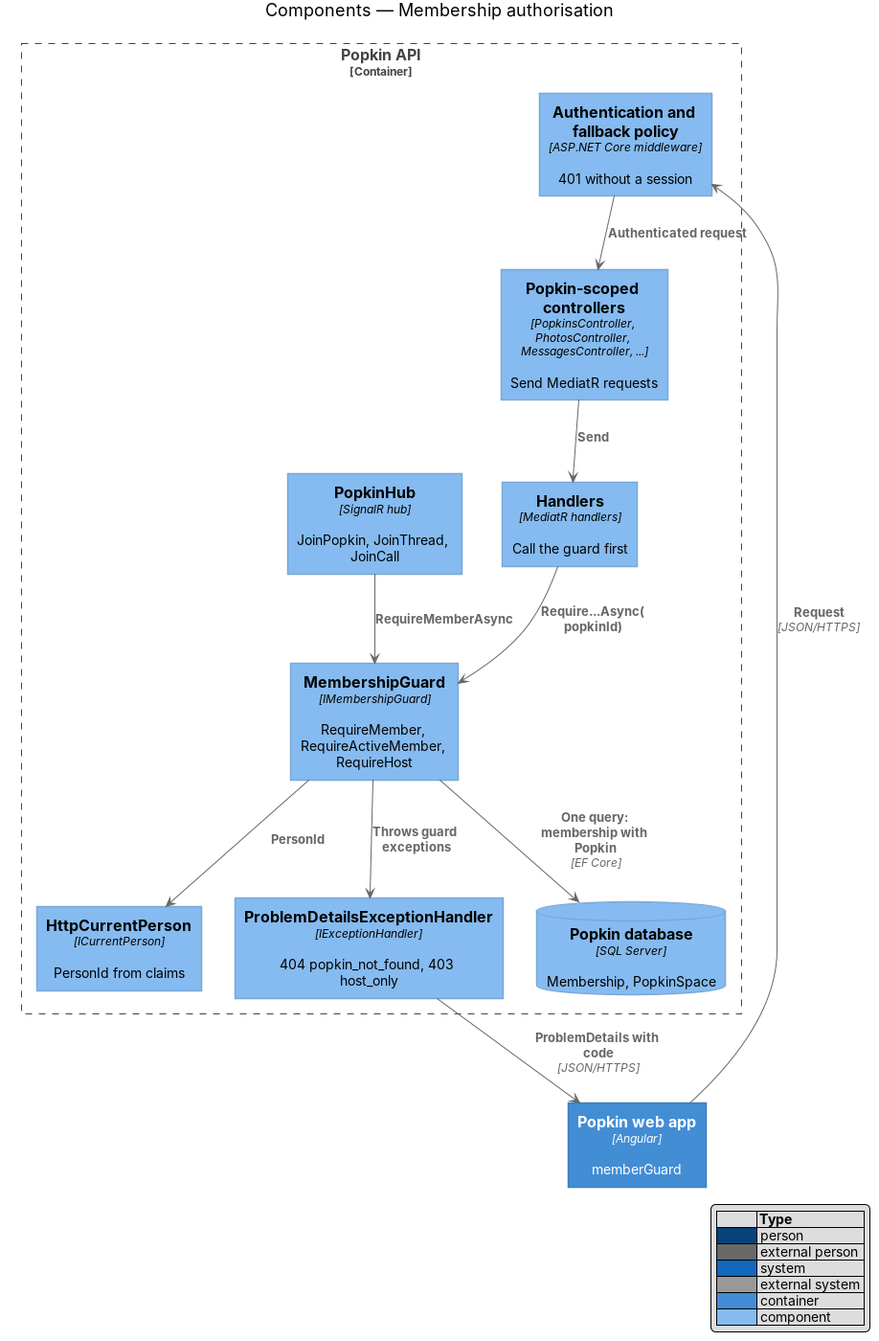
Above: docs/detailed-designs/security/membership-authorisation/diagrams/c4-component.png in QuinntyneBrown/popkin (PlantUML), before the change. Its source is kept beside it as docs/detailed-designs/security/membership-authorisation/diagrams/c4-component.puml.
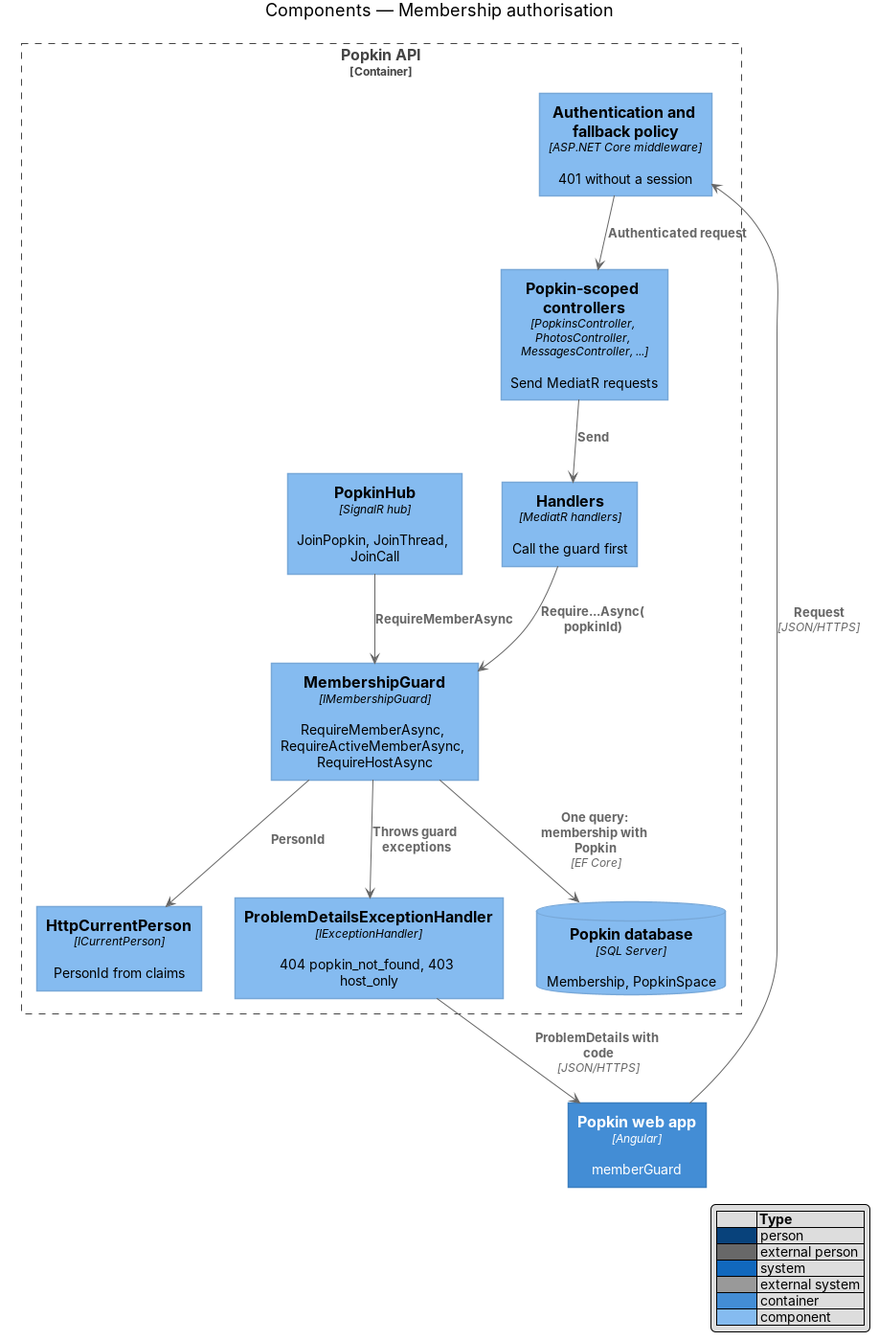
After the commit.

What changed in the source:
```diff
@@ -9,7 +9,7 @@
   Component(ctrls, "Popkin-scoped controllers", "PopkinsController, PhotosController, MessagesController, ...", "Send MediatR requests")
   Component(hub, "PopkinHub", "SignalR hub", "JoinPopkin, JoinThread, JoinCall")
   Component(handlers, "Handlers", "MediatR handlers", "Call the guard first")
-  Component(guard, "MembershipGuard", "IMembershipGuard", "RequireMember, RequireActiveMember, RequireHost")
+  Component(guard, "MembershipGuard", "IMembershipGuard", "RequireMemberAsync, RequireActiveMemberAsync, RequireHostAsync")
   Component(current, "HttpCurrentPerson", "ICurrentPerson", "PersonId from claims")
   Component(errors, "ProblemDetailsExceptionHandler", "IExceptionHandler", "404 popkin_not_found, 403 host_only")
   ComponentDb(db, "Popkin database", "SQL Server", "Membership, PopkinSpace")
```
